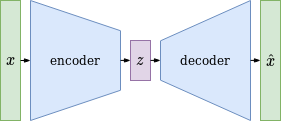
Before: assets/images/autoencoder.png, a diagram exported from draw.io (m-a-h-e/m-a-h-e.github.io). Source tidied: cells renumbered, new cells last; positions are measured from the earlier drawing's top-left corner, leaving out a move shared by most shapes.
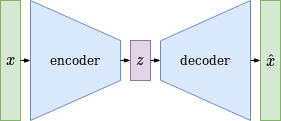
After the commit.

Change to the diagram source:
```diff
@@ -2,7 +2,7 @@
   <root>
     <mxCell id="0" />
     <mxCell id="1" parent="0" />
-    <mxCell id="2" value="encoder" style="shape=trapezoid;perimeter=trapezoidPerimeter;whiteSpace=wrap;html=1;direction=south;size=0.25185185185185177;fillColor=#dae8fc;strokeColor=#6c8ebf;" parent="1" vertex="1">
+    <mxCell id="2" value="encoder" style="shape=trapezoid;perimeter=trapezoidPerimeter;whiteSpace=wrap;html=1;direction=south;size=0.33333333333333365;fillColor=#dae8fc;strokeColor=#6c8ebf;" parent="1" vertex="1">
       <mxGeometry x="30" width="90" height="120" as="geometry" />
     </mxCell>
     <mxCell id="3" value="$$x$$" style="rounded=0;whiteSpace=wrap;html=1;fillColor=#d5e8d4;strokeColor=#82b366;" parent="1" vertex="1">
```
